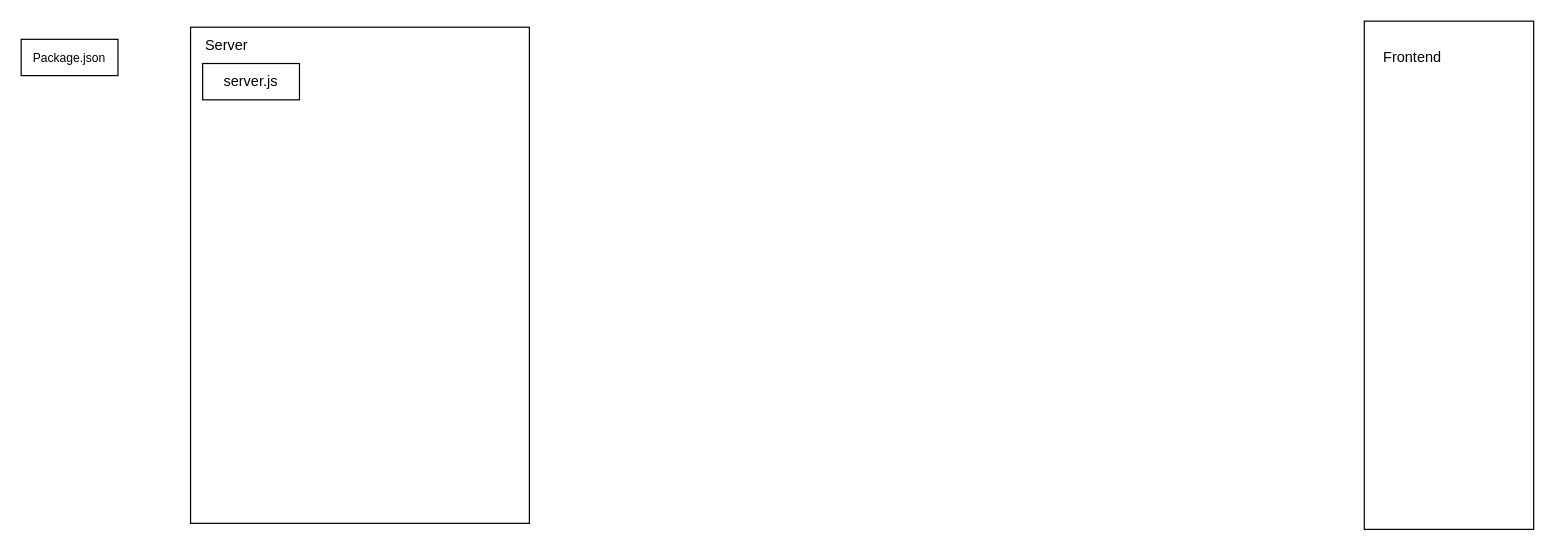
This is Diagram.drawio from daniel-tsonkov/React-Practice-Project, a draw.io file, before an edit. Source tidied: cells renumbered, new cells numbered last; positions are measured from the earlier drawing's top-left corner, leaving out a move shared by most shapes. Both pictures are drawn from the tidied source at 121%, with x=0, y=0 at pixel (21, 21).
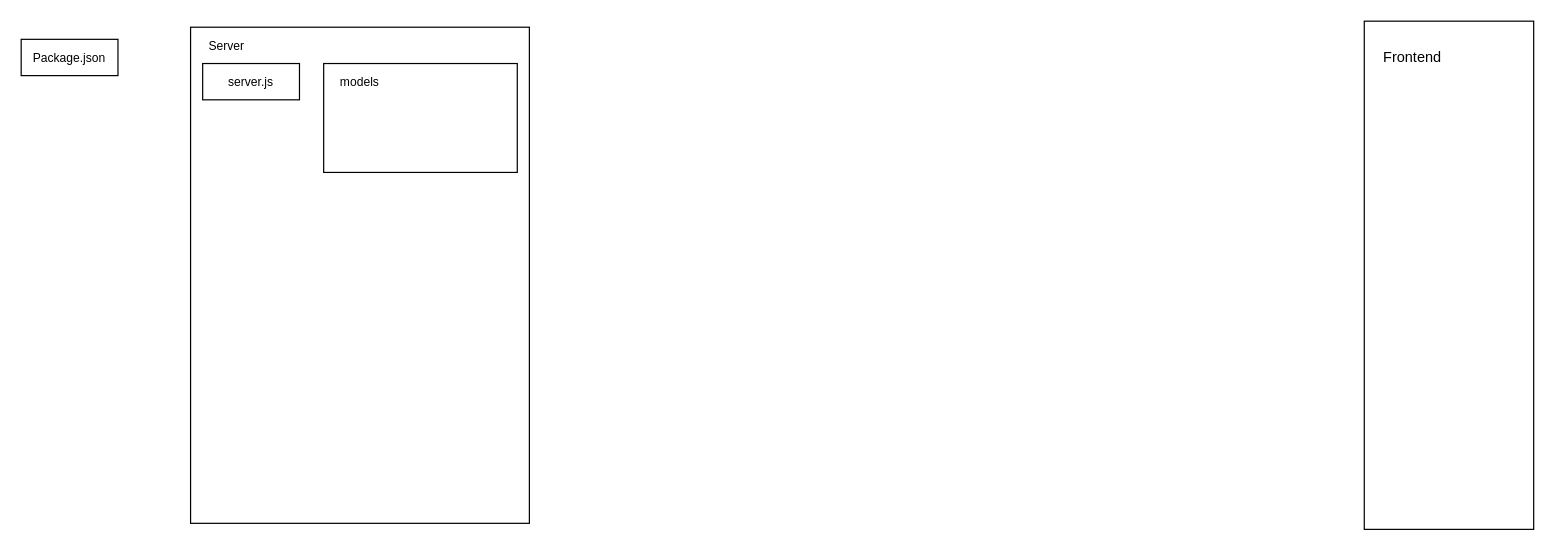
Above is the later version.

Diff of the diagram source:
```diff
@@
 <mxGraphModel>
   <root>
     <mxCell id="0" />
     <mxCell id="1" parent="0" />
     <mxCell id="2" value="&lt;font style=&quot;font-size: 10px;&quot;&gt;Package.json&lt;/font&gt;" style="rounded=0;whiteSpace=wrap;html=1;" parent="1" vertex="1">
       <mxGeometry y="15" width="80" height="30" as="geometry" />
     </mxCell>
     <mxCell id="3" style="rounded=0;whiteSpace=wrap;html=1;" parent="1" vertex="1">
       <mxGeometry x="140" y="5" width="280" height="410" as="geometry" />
     </mxCell>
-    <mxCell id="4" value="Server" style="text;html=1;align=center;verticalAlign=middle;whiteSpace=wrap;rounded=0;" parent="1" vertex="1">
+    <mxCell id="4" value="Server" style="text;html=1;align=center;verticalAlign=middle;whiteSpace=wrap;rounded=0;fontSize=10;" parent="1" vertex="1">
       <mxGeometry x="140" y="5" width="60" height="30" as="geometry" />
     </mxCell>
     <mxCell id="5" style="rounded=0;whiteSpace=wrap;html=1;" parent="1" vertex="1">
       <mxGeometry x="1110" width="140" height="420" as="geometry" />
     </mxCell>
     <mxCell id="6" value="Frontend" style="text;html=1;align=center;verticalAlign=middle;whiteSpace=wrap;rounded=0;" parent="1" vertex="1">
       <mxGeometry x="1120" y="15" width="60" height="30" as="geometry" />
     </mxCell>
-    <mxCell id="7" value="server.js" style="rounded=0;whiteSpace=wrap;html=1;" parent="1" vertex="1">
+    <mxCell id="7" value="server.js" style="rounded=0;whiteSpace=wrap;html=1;fontSize=10;" parent="1" vertex="1">
       <mxGeometry x="150" y="35" width="80" height="30" as="geometry" />
     </mxCell>
+    <mxCell id="8" style="rounded=0;whiteSpace=wrap;html=1;" parent="1" vertex="1">
+      <mxGeometry x="250" y="35" width="160" height="90" as="geometry" />
+    </mxCell>
+    <mxCell id="9" value="models" style="text;html=1;align=center;verticalAlign=middle;whiteSpace=wrap;rounded=0;fontSize=10;" parent="1" vertex="1">
+      <mxGeometry x="250" y="35" width="60" height="30" as="geometry" />
+    </mxCell>
   </root>
 </mxGraphModel>
```
